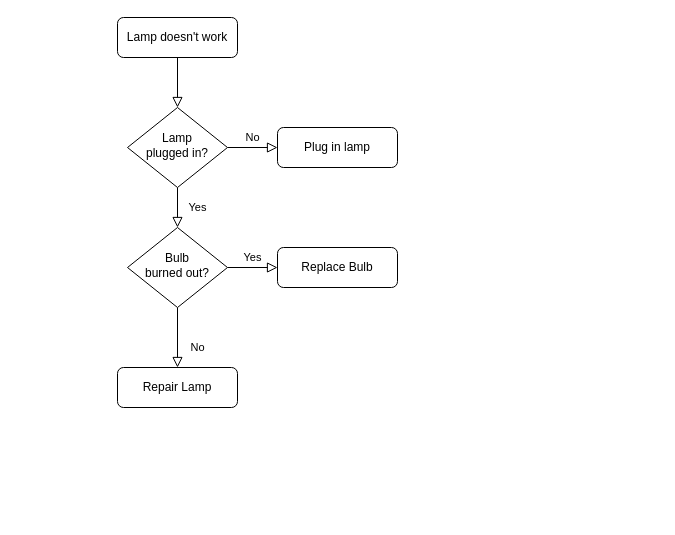
Before: script/Untitled Diagram.drawio in kmky/github-slideshow, a draw.io diagram. Source tidied: cells renumbered, new cells numbered last; positions are measured from the earlier drawing's top-left corner, leaving out a move shared by most shapes. Both pictures are drawn from the tidied source at 100%, with x=0, y=0 at pixel (117, 17).
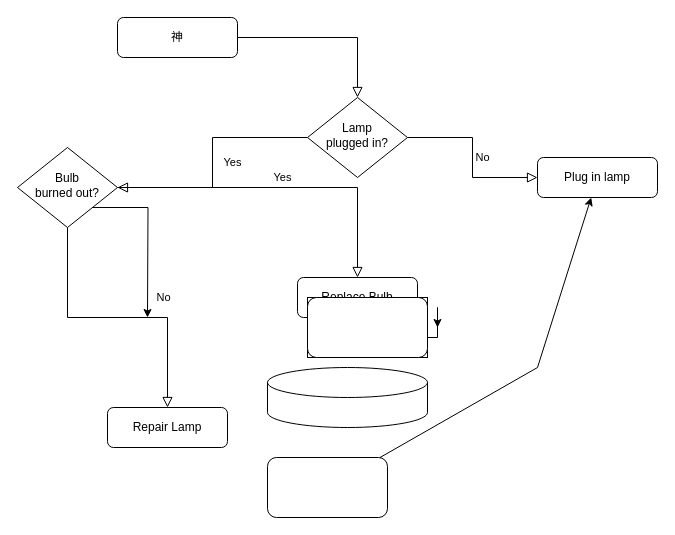
After the change.

The edit, as a diff of the source:
```diff
@@
-    <mxCell id="3" value="Lamp doesn't work" style="rounded=1;whiteSpace=wrap;html=1;fontSize=12;glass=0;strokeWidth=1;shadow=0;" parent="1" vertex="1">
+    <mxCell id="3" value="神" style="rounded=1;whiteSpace=wrap;html=1;fontSize=12;glass=0;strokeWidth=1;shadow=0;" parent="1" vertex="1">
       <mxGeometry width="120" height="40" as="geometry" />
     </mxCell>
@@
     <mxCell id="6" value="Lamp&lt;br&gt;plugged in?" style="rhombus;whiteSpace=wrap;html=1;shadow=0;fontFamily=Helvetica;fontSize=12;align=center;strokeWidth=1;spacing=6;spacingTop=-4;" parent="1" vertex="1">
-      <mxGeometry x="10" y="90" width="100" height="80" as="geometry" />
+      <mxGeometry x="190" y="80" width="100" height="80" as="geometry" />
     </mxCell>
     <mxCell id="7" value="Plug in lamp" style="rounded=1;whiteSpace=wrap;html=1;fontSize=12;glass=0;strokeWidth=1;shadow=0;" parent="1" vertex="1">
-      <mxGeometry x="160" y="110" width="120" height="40" as="geometry" />
+      <mxGeometry x="420" y="140" width="120" height="40" as="geometry" />
     </mxCell>
@@
+    <mxCell id="13" style="edgeStyle=orthogonalEdgeStyle;rounded=0;jettySize=auto;html=1;exitX=1;exitY=1;exitDx=0;exitDy=0;" parent="1" edge="1" source="10">
+      <mxGeometry relative="1" as="geometry">
+        <mxPoint x="30" y="300" as="targetPoint" />
+      </mxGeometry>
+    </mxCell>
     <mxCell id="10" value="Bulb&lt;br&gt;burned out?" style="rhombus;whiteSpace=wrap;html=1;shadow=0;fontFamily=Helvetica;fontSize=12;align=center;strokeWidth=1;spacing=6;spacingTop=-4;" parent="1" vertex="1">
-      <mxGeometry x="10" y="210" width="100" height="80" as="geometry" />
+      <mxGeometry x="-100" y="130" width="100" height="80" as="geometry" />
     </mxCell>
     <mxCell id="11" value="Repair Lamp" style="rounded=1;whiteSpace=wrap;html=1;fontSize=12;glass=0;strokeWidth=1;shadow=0;" parent="1" vertex="1">
-      <mxGeometry y="350" width="120" height="40" as="geometry" />
+      <mxGeometry x="-10" y="390" width="120" height="40" as="geometry" />
     </mxCell>
+    <mxCell id="14" style="edgeStyle=orthogonalEdgeStyle;rounded=0;jettySize=auto;html=1;exitX=0.5;exitY=1;exitDx=0;exitDy=0;" parent="1" edge="1" source="12">
+      <mxGeometry relative="1" as="geometry">
+        <mxPoint x="320" y="310" as="targetPoint" />
+      </mxGeometry>
+    </mxCell>
     <mxCell id="12" value="Replace Bulb" style="rounded=1;whiteSpace=wrap;html=1;fontSize=12;glass=0;strokeWidth=1;shadow=0;" parent="1" vertex="1">
-      <mxGeometry x="160" y="230" width="120" height="40" as="geometry" />
+      <mxGeometry x="180" y="260" width="120" height="40" as="geometry" />
     </mxCell>
+    <mxCell id="15" style="shape=cylinder3;whiteSpace=wrap;html=1;boundedLbl=1;backgroundOutline=1;size=15;" parent="1" vertex="1">
+      <mxGeometry x="150" y="350" width="160" height="60" as="geometry" />
+    </mxCell>
+    <mxCell id="16" style="shape=process;whiteSpace=wrap;html=1;backgroundOutline=1;" parent="1" vertex="1">
+      <mxGeometry x="190" y="280" width="120" height="60" as="geometry" />
+    </mxCell>
+    <mxCell id="17" style="rounded=1;whiteSpace=wrap;html=1;" parent="1" vertex="1">
+      <mxGeometry x="190" y="280" width="120" height="60" as="geometry" />
+    </mxCell>
+    <mxCell id="18" style="rounded=1;whiteSpace=wrap;html=1;" parent="1" vertex="1">
+      <mxGeometry x="150" y="440" width="120" height="60" as="geometry" />
+    </mxCell>
+    <mxCell id="19" style="endArrow=classic;html=1;rounded=0;" parent="1" edge="1" source="18" target="7">
+      <mxGeometry relative="1" as="geometry">
+        <Array as="points">
+          <mxPoint x="420" y="350" />
+        </Array>
+      </mxGeometry>
+    </mxCell>
```
